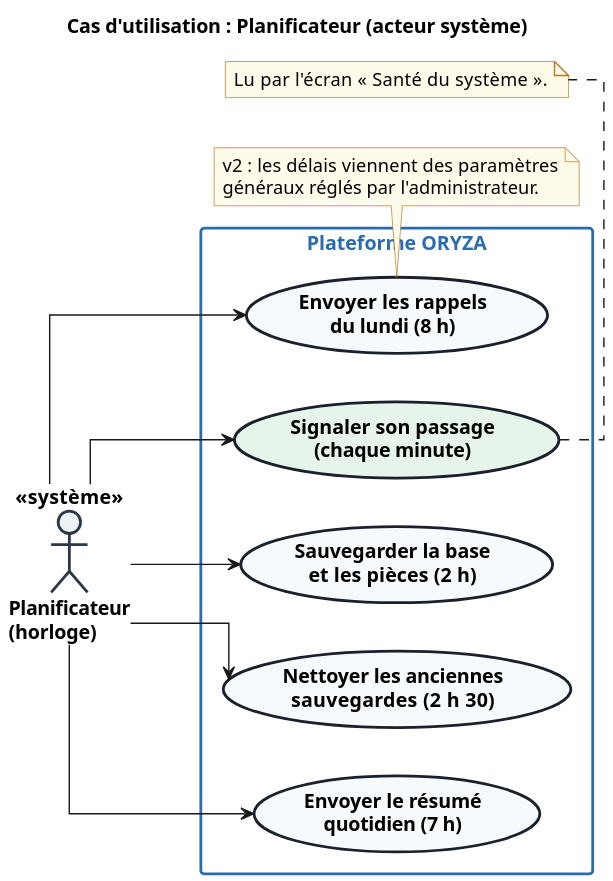
Before: docs/v2/usecases/uc_planificateur.svg, a diagram exported from PlantUML (marasse-codec/ORYZAPP). The source it was exported from:
```plantuml
@startuml
title Cas d'utilisation : Planificateur (acteur système)
!include ../style.puml
left to right direction

actor "Planificateur\n(horloge)" as Horloge <<système>>

rectangle "<b>Plateforme ORYZA</b>" {
    usecase "Sauvegarder la base\net les pièces (2 h)" as UC_Sauver
    usecase "Nettoyer les anciennes\nsauvegardes (2 h 30)" as UC_Nettoyer
    usecase "Envoyer le résumé\nquotidien (7 h)" as UC_Resume
    usecase "Envoyer les rappels\ndu lundi (8 h)" as UC_Rappels
    usecase "Signaler son passage\n(chaque minute)" as UC_Battement $NOUVEAU
}

Horloge --> UC_Sauver
Horloge --> UC_Nettoyer
Horloge --> UC_Resume
Horloge --> UC_Rappels
Horloge --> UC_Battement

note bottom of UC_Rappels
  v2 : les délais viennent des paramètres
  généraux réglés par l'administrateur.
end note
note bottom of UC_Battement
  Lu par l'écran « Santé du système ».
end note
@enduml
```
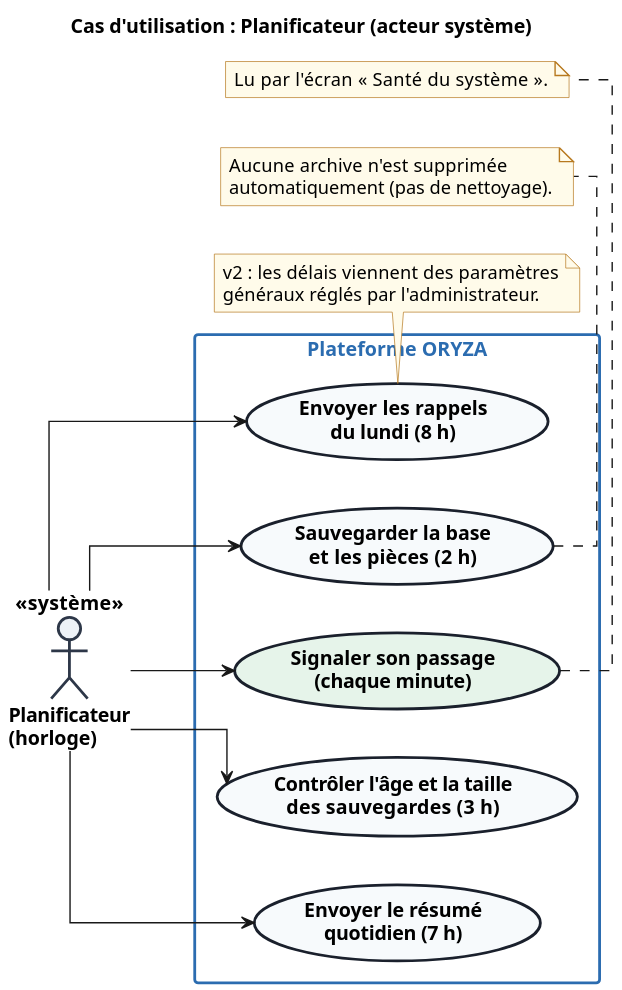
Above is the later version.

Change to the diagram source:
```diff
@@ -7,14 +7,14 @@
 
 rectangle "<b>Plateforme ORYZA</b>" {
     usecase "Sauvegarder la base\net les pièces (2 h)" as UC_Sauver
-    usecase "Nettoyer les anciennes\nsauvegardes (2 h 30)" as UC_Nettoyer
+    usecase "Contrôler l'âge et la taille\ndes sauvegardes (3 h)" as UC_Controler
     usecase "Envoyer le résumé\nquotidien (7 h)" as UC_Resume
     usecase "Envoyer les rappels\ndu lundi (8 h)" as UC_Rappels
     usecase "Signaler son passage\n(chaque minute)" as UC_Battement $NOUVEAU
 }
 
 Horloge --> UC_Sauver
-Horloge --> UC_Nettoyer
+Horloge --> UC_Controler
 Horloge --> UC_Resume
 Horloge --> UC_Rappels
 Horloge --> UC_Battement
@@ -23,6 +23,10 @@
   v2 : les délais viennent des paramètres
   généraux réglés par l'administrateur.
 end note
+note bottom of UC_Sauver
+  Aucune archive n'est supprimée
+  automatiquement (pas de nettoyage).
+end note
 note bottom of UC_Battement
   Lu par l'écran « Santé du système ».
 end note
```
